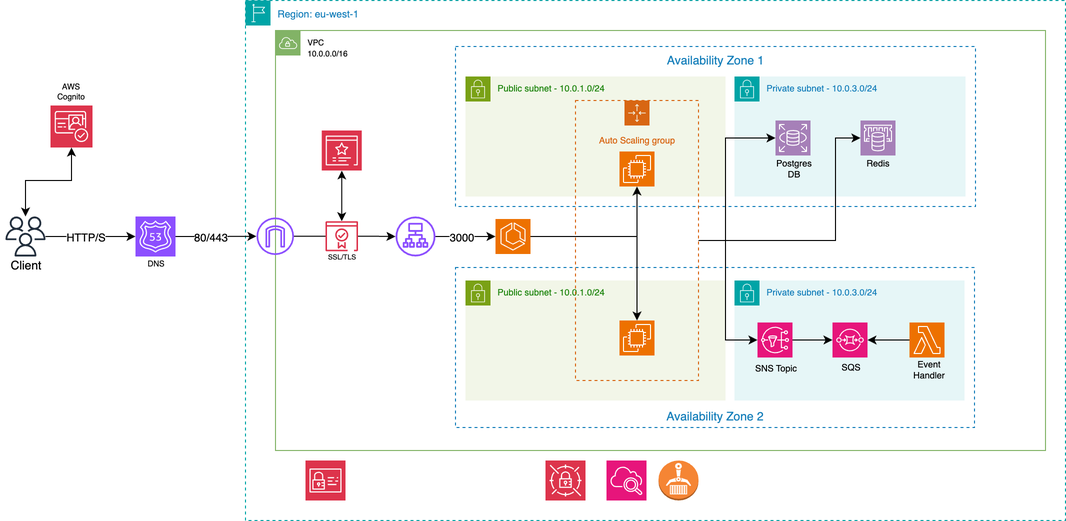
Earlier version of the draw.io export assets/AWS_Diagram.png (YannickUllisch/mirama-infra). Source tidied: cells renumbered, new cells last; positions are measured from the earlier drawing's top-left corner, leaving out a move shared by most shapes.
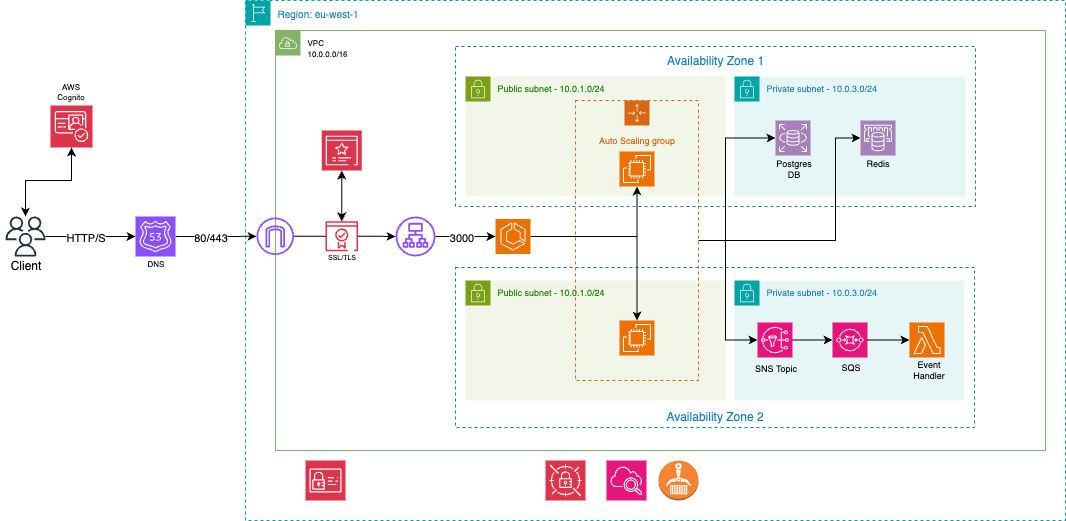
Above is the later version.

Commit message:
fix: diagram arrow

Diff of the diagram source:
```diff
@@ -168,9 +168,6 @@
     <mxCell id="51" style="sketch=0;points=[[0,0,0],[0.25,0,0],[0.5,0,0],[0.75,0,0],[1,0,0],[0,1,0],[0.25,1,0],[0.5,1,0],[0.75,1,0],[1,1,0],[0,0.25,0],[0,0.5,0],[0,0.75,0],[1,0.25,0],[1,0.5,0],[1,0.75,0]];outlineConnect=0;fontColor=#232F3E;fillColor=#ED7100;strokeColor=#ffffff;dashed=0;verticalLabelPosition=bottom;verticalAlign=top;align=center;html=1;fontSize=12;fontStyle=0;shape=mxgraph.aws4.resourceIcon;resIcon=mxgraph.aws4.lambda;" parent="49" vertex="1">
       <mxGeometry x="175" y="42" width="35" height="35" as="geometry" />
     </mxCell>
-    <mxCell id="52" style="edgeStyle=orthogonalEdgeStyle;rounded=0;jettySize=auto;html=1;entryX=1;entryY=0.5;entryDx=0;entryDy=0;entryPerimeter=0;" parent="49" edge="1" source="51" target="59">
-      <mxGeometry relative="1" as="geometry" />
-    </mxCell>
     <mxCell id="53" style="edgeStyle=orthogonalEdgeStyle;rounded=0;jettySize=auto;html=1;entryX=0;entryY=0.5;entryDx=0;entryDy=0;entryPerimeter=0;" parent="49" edge="1" source="55" target="59">
       <mxGeometry relative="1" as="geometry" />
     </mxCell>
@@ -192,6 +189,9 @@
     <mxCell id="59" style="sketch=0;points=[[0,0,0],[0.25,0,0],[0.5,0,0],[0.75,0,0],[1,0,0],[0,1,0],[0.25,1,0],[0.5,1,0],[0.75,1,0],[1,1,0],[0,0.25,0],[0,0.5,0],[0,0.75,0],[1,0.25,0],[1,0.5,0],[1,0.75,0]];outlineConnect=0;fontColor=#232F3E;fillColor=#E7157B;strokeColor=#ffffff;dashed=0;verticalLabelPosition=bottom;verticalAlign=top;align=center;html=1;fontSize=12;fontStyle=0;shape=mxgraph.aws4.resourceIcon;resIcon=mxgraph.aws4.sqs;" parent="57" vertex="1">
       <mxGeometry x="2" width="35" height="35" as="geometry" />
     </mxCell>
+    <mxCell id="63" style="edgeStyle=orthogonalEdgeStyle;rounded=0;jettySize=auto;html=1;entryX=0;entryY=0.5;entryDx=0;entryDy=0;entryPerimeter=0;" parent="49" edge="1" source="59" target="51">
+      <mxGeometry relative="1" as="geometry" />
+    </mxCell>
     <mxCell id="60" value="&lt;div style=&quot;line-height: 90%;&quot;&gt;&lt;font style=&quot;line-height: 90%; font-size: 9px;&quot;&gt;Event&lt;/font&gt;&lt;div&gt;&lt;font style=&quot;line-height: 90%; font-size: 9px;&quot;&gt;Handler&lt;/font&gt;&lt;/div&gt;&lt;/div&gt;" style="text;html=1;align=center;verticalAlign=middle;strokeColor=none;fillColor=none;" parent="1" vertex="1">
       <mxGeometry x="898" y="348" width="60" height="40" as="geometry" />
     </mxCell>
```
